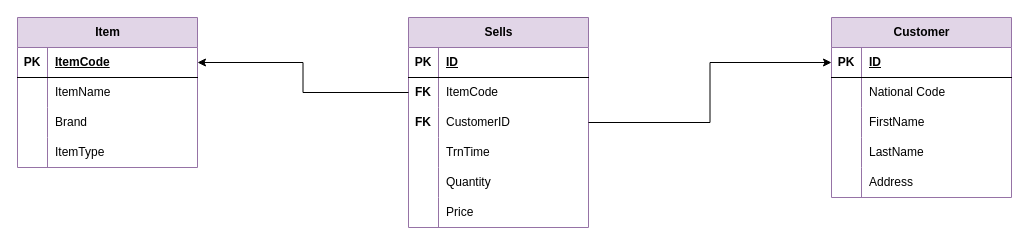
This is DBProject.drawio from Matinrezaei/Software-Lab, a draw.io file, before an edit. Source tidied: cells renumbered, new cells numbered last; positions are measured from the earlier drawing's top-left corner, leaving out a move shared by most shapes. Both pictures are drawn from the tidied source at 100%, with x=0, y=0 at pixel (17, 17).
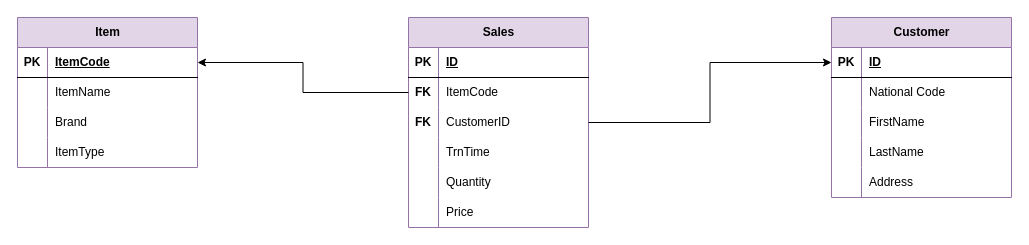
Above is the later version.

Diff of the diagram source:
```diff
@@
-    <mxCell id="18" value="Sells" style="shape=table;startSize=30;childLayout=tableLayout;rowLines=0;fontStyle=1;align=center;html=1;fillColor=#e1d5e7;strokeColor=#9673a6;" parent="1" vertex="1">
+    <mxCell id="18" value="Sales" style="shape=table;startSize=30;childLayout=tableLayout;rowLines=0;fontStyle=1;align=center;html=1;fillColor=#e1d5e7;strokeColor=#9673a6;" parent="1" vertex="1">
       <mxGeometry x="391" width="180" height="210" as="geometry" />
     </mxCell>
```
